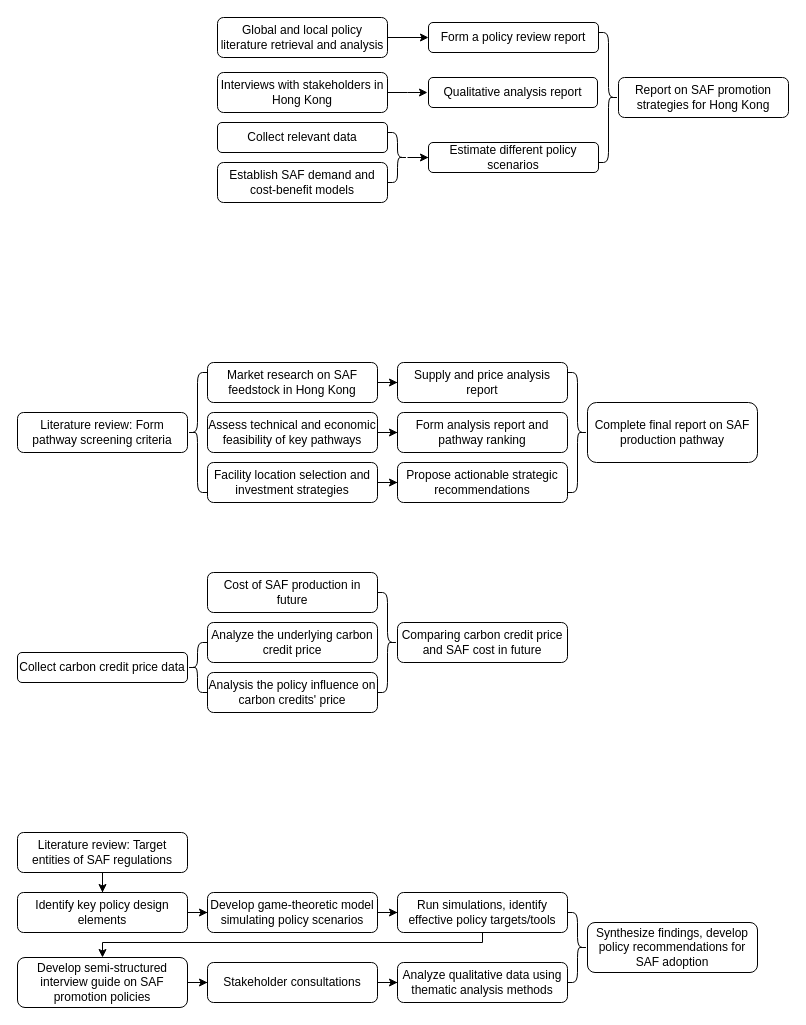
This is PPR research steps.drawio from HengfeiMa95/paper-reading, a draw.io file, before an edit. Source tidied: cells renumbered, new cells numbered last; positions are measured from the earlier drawing's top-left corner, leaving out a move shared by most shapes. Both pictures are drawn from the tidied source at 100%, with x=0, y=0 at pixel (17, 17).
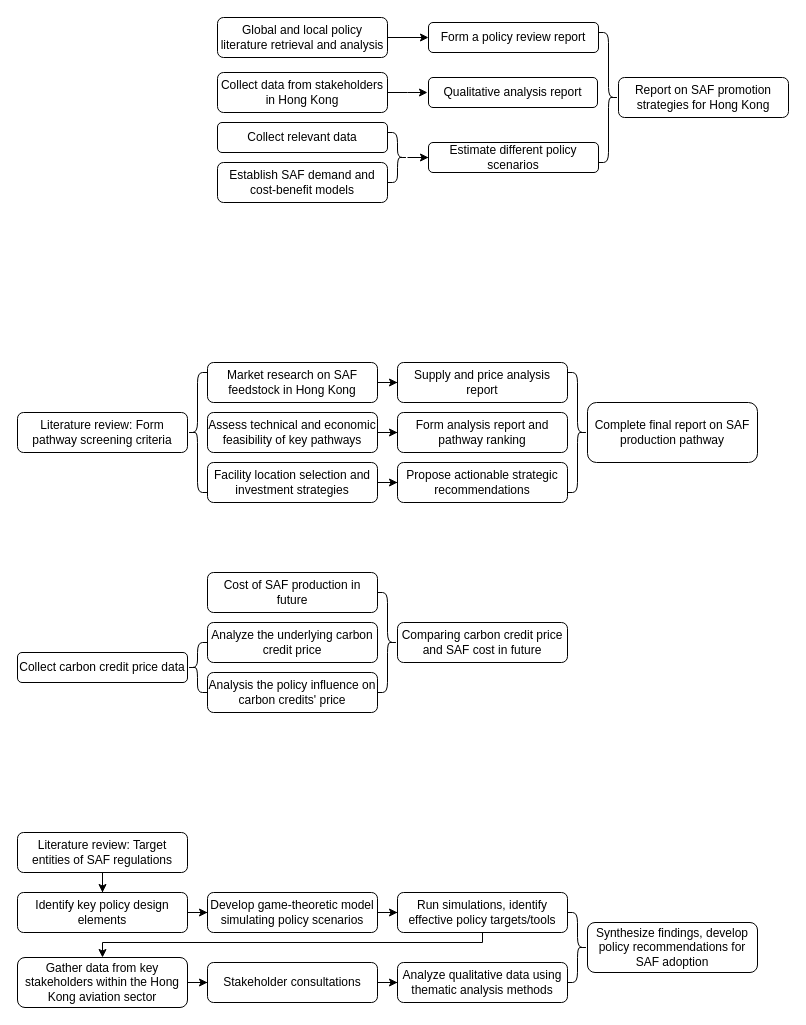
After the change.

What changed in the source:
```diff
@@
-    <mxCell id="5" value="Interviews with stakeholders in Hong Kong" style="rounded=1;whiteSpace=wrap;html=1;" parent="1" vertex="1">
+    <mxCell id="5" value="Collect data from stakeholders in Hong Kong" style="rounded=1;whiteSpace=wrap;html=1;" parent="1" vertex="1">
       <mxGeometry x="200" y="55" width="170" height="40" as="geometry" />
     </mxCell>
@@
-    <mxCell id="46" value="Develop semi-structured interview guide on SAF promotion policies" style="rounded=1;whiteSpace=wrap;html=1;" parent="1" vertex="1">
+    <mxCell id="46" value="&lt;span style=&quot;background-color: transparent; color: light-dark(rgb(0, 0, 0), rgb(255, 255, 255));&quot;&gt;Gather data from key stakeholders&lt;/span&gt;&amp;nbsp;&lt;span style=&quot;background-color: transparent; color: light-dark(rgb(0, 0, 0), rgb(255, 255, 255));&quot;&gt;within the Hong Kong aviation sector&lt;/span&gt;" style="rounded=1;whiteSpace=wrap;html=1;" parent="1" vertex="1">
       <mxGeometry y="940" width="170" height="50" as="geometry" />
     </mxCell>
```
